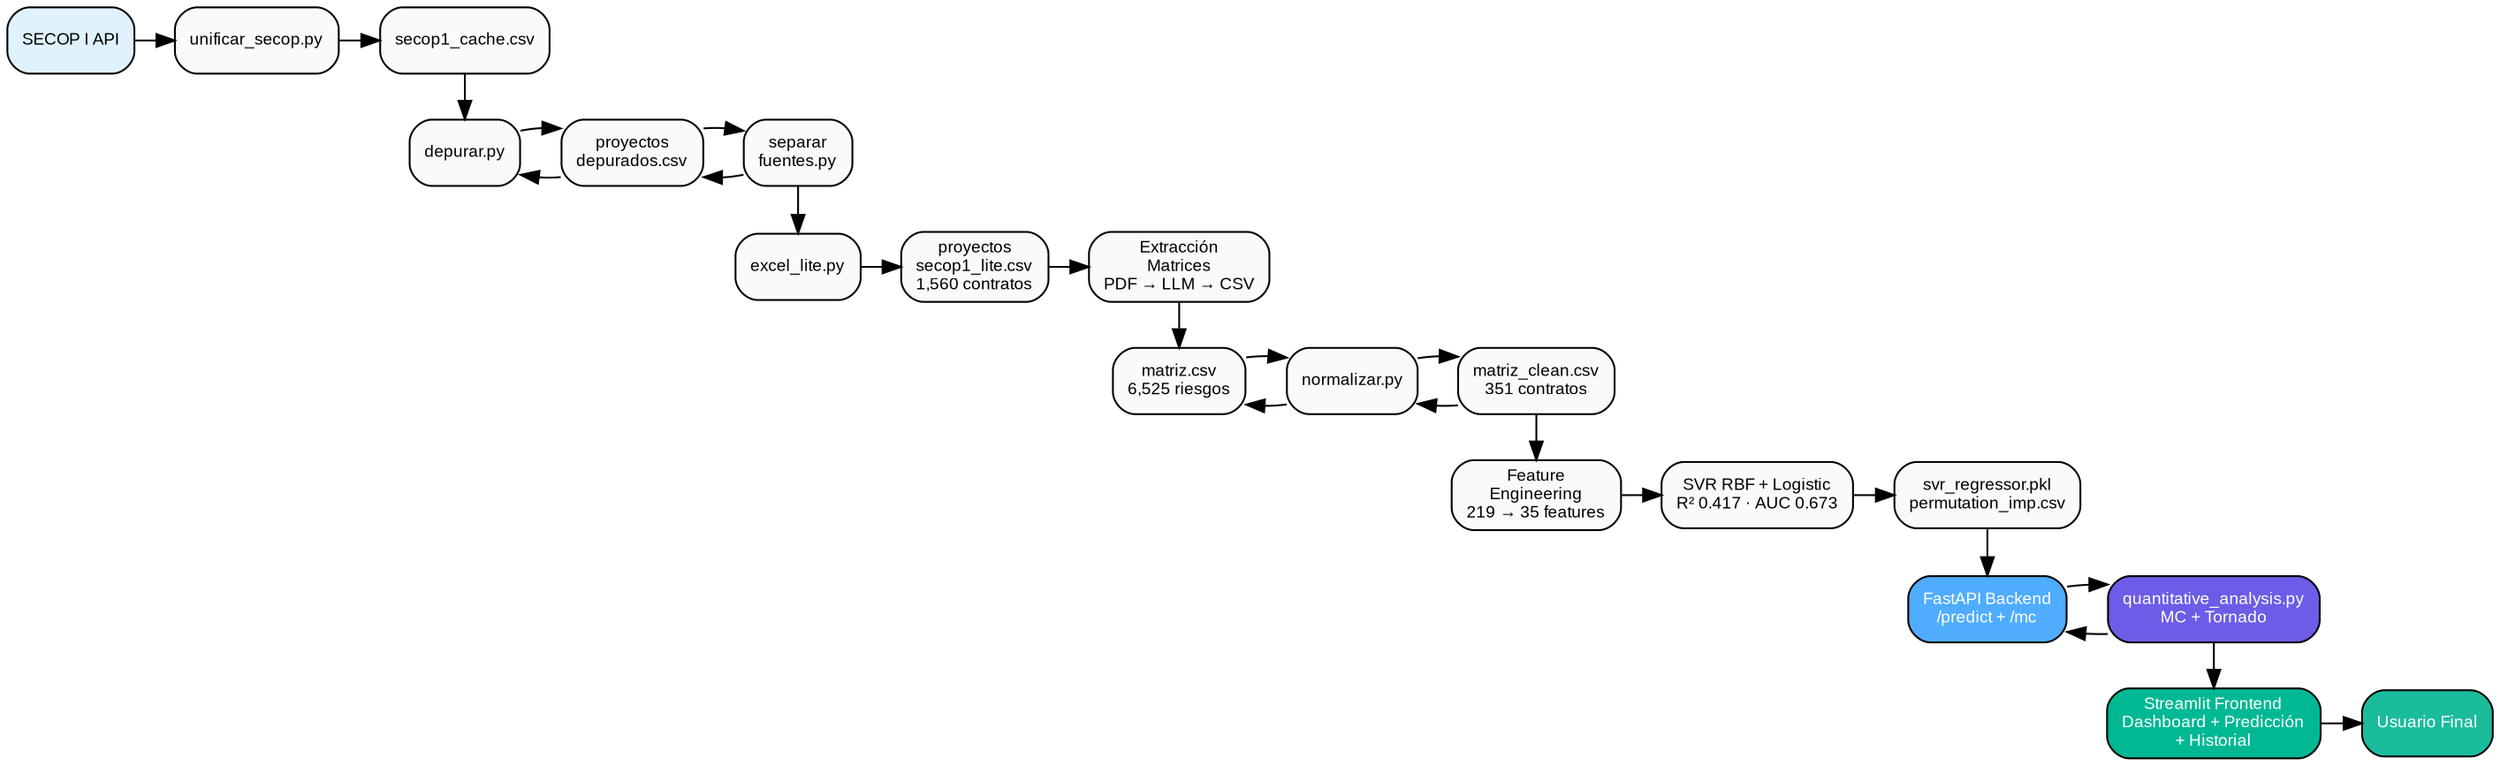
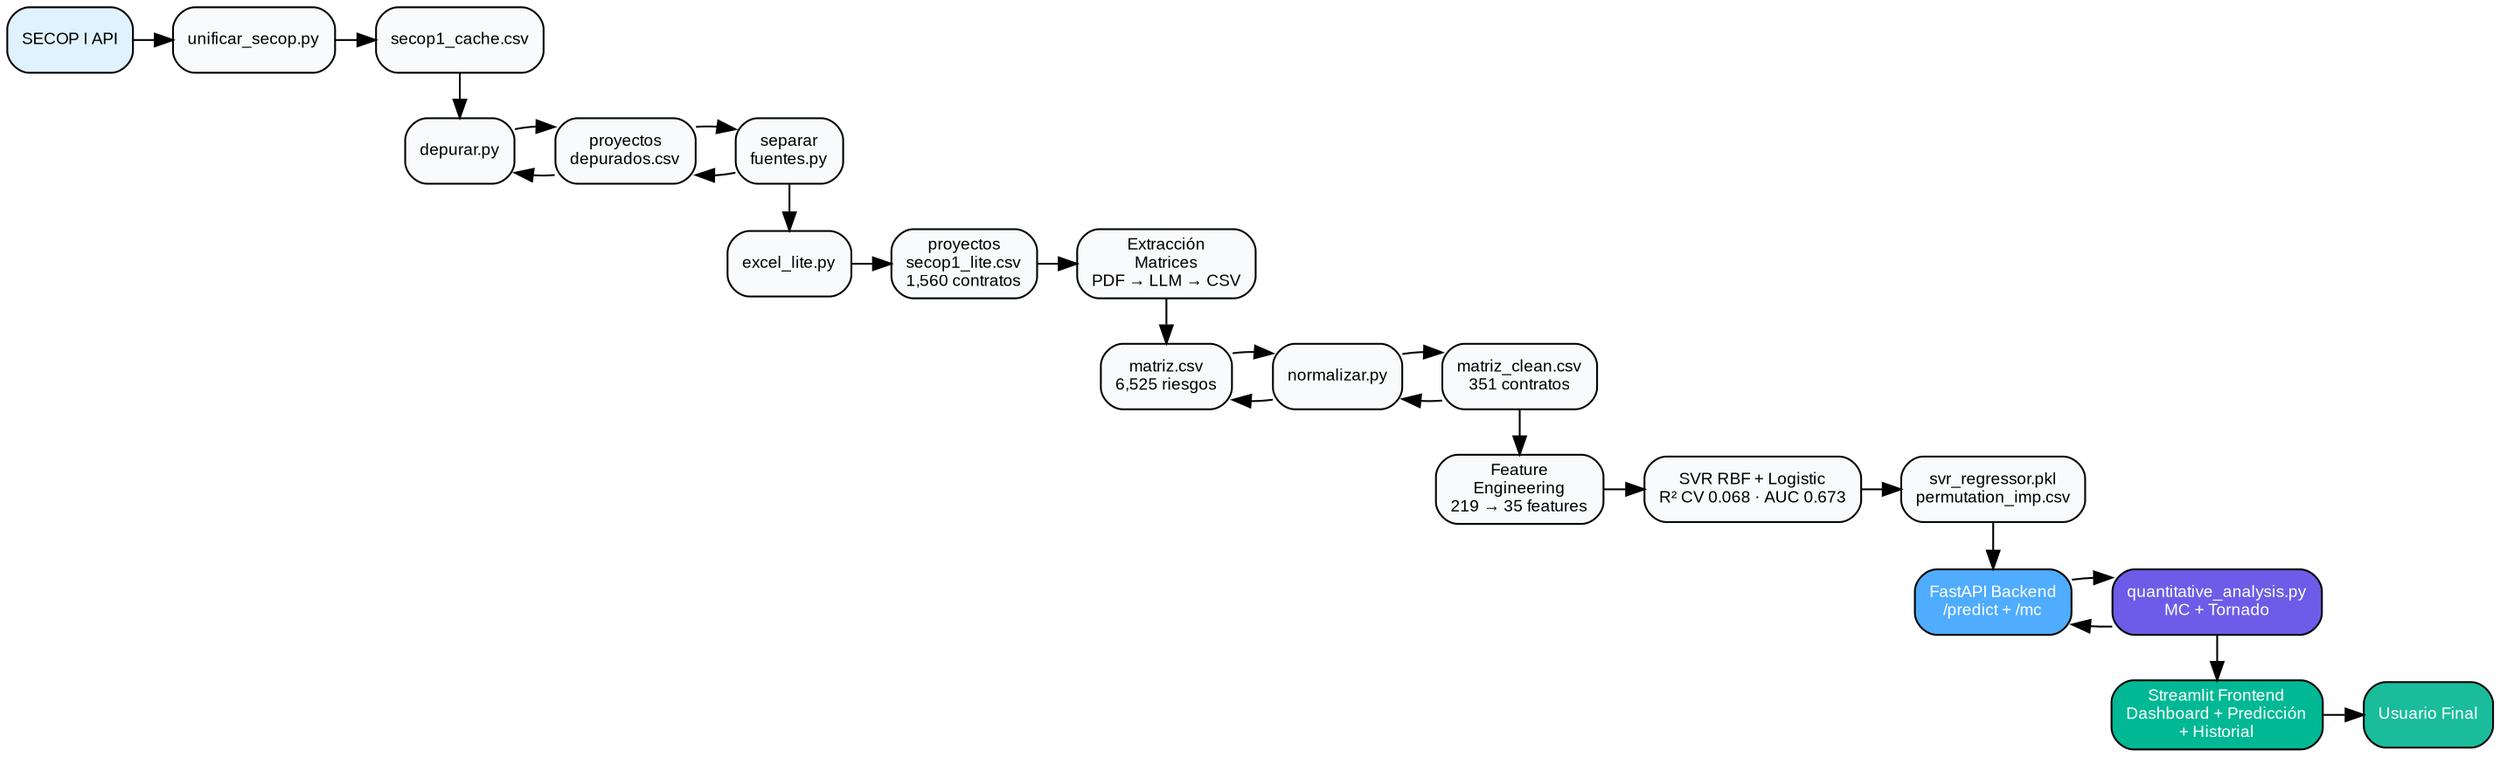
digraph G {
    rankdir=TB;
    ordering=out;
    newrank=true;
    nodesep=0.3;
    ranksep=0.35;
    fontname=Arial;
    node [shape=box, style="filled,rounded", fillcolor="#F8FAFC", fontname=Arial, fontsize=9];
    edge [fontname=Arial, fontsize=8];

    { rank=same; A; B; C; }
    A [label="SECOP I API", fillcolor="#E0F2FE"];
    B [label="unificar_secop.py"];
    C [label="secop1_cache.csv"];
    A -> B -> C [weight=100];
    C -> D;

    { rank=same; F; E; D; }
    D [label="depurar.py"];
    E [label="proyectos\ndepurados.csv"];
    F [label="separar\nfuentes.py"];
    F -> E [weight=100, constraint=false];
    E -> D [weight=100, constraint=false];
    D -> E [weight=1];
    E -> F [weight=1];
    F -> G;

    { rank=same; G; H; I; }
    G [label="excel_lite.py"];
    H [label="proyectos\nsecop1_lite.csv\n1,560 contratos"];
    I [label="Extracción\nMatrices\nPDF → LLM → CSV"];
    G -> H -> I [weight=100];
    I -> J;

    { rank=same; L; K; J; }
    J [label="matriz.csv\n6,525 riesgos"];
    K [label="normalizar.py"];
    L [label="matriz_clean.csv\n351 contratos"];
    L -> K [weight=100, constraint=false];
    K -> J [weight=100, constraint=false];
    J -> K [weight=1];
    K -> L [weight=1];
    L -> M;

    { rank=same; M; N; O; }
    M [label="Feature\nEngineering\n219 → 35 features"];
-     N [label="SVR RBF + Logistic\nR² 0.417 · AUC 0.673"];
+     N [label="SVR RBF + Logistic\nR² CV 0.068 · AUC 0.673"];
    O [label="svr_regressor.pkl\npermutation_imp.csv"];
    M -> N -> O [weight=100];
    O -> P;

    { rank=same; Q; P; }
    P [label="FastAPI Backend\n/predict + /mc", fillcolor="#4facfe", fontcolor="white"];
    Q [label="quantitative_analysis.py\nMC + Tornado", fillcolor="#6C5CE7", fontcolor="white"];
    Q -> P [weight=100, constraint=false];
    P -> Q [weight=1];
    Q -> R;

    { rank=same; R; S; }
    R [label="Streamlit Frontend\nDashboard + Predicción\n+ Historial", fillcolor="#00B894", fontcolor="white"];
    S [label="Usuario Final", fillcolor="#1ABC9C", fontcolor="white"];
    R -> S [weight=100];
}
